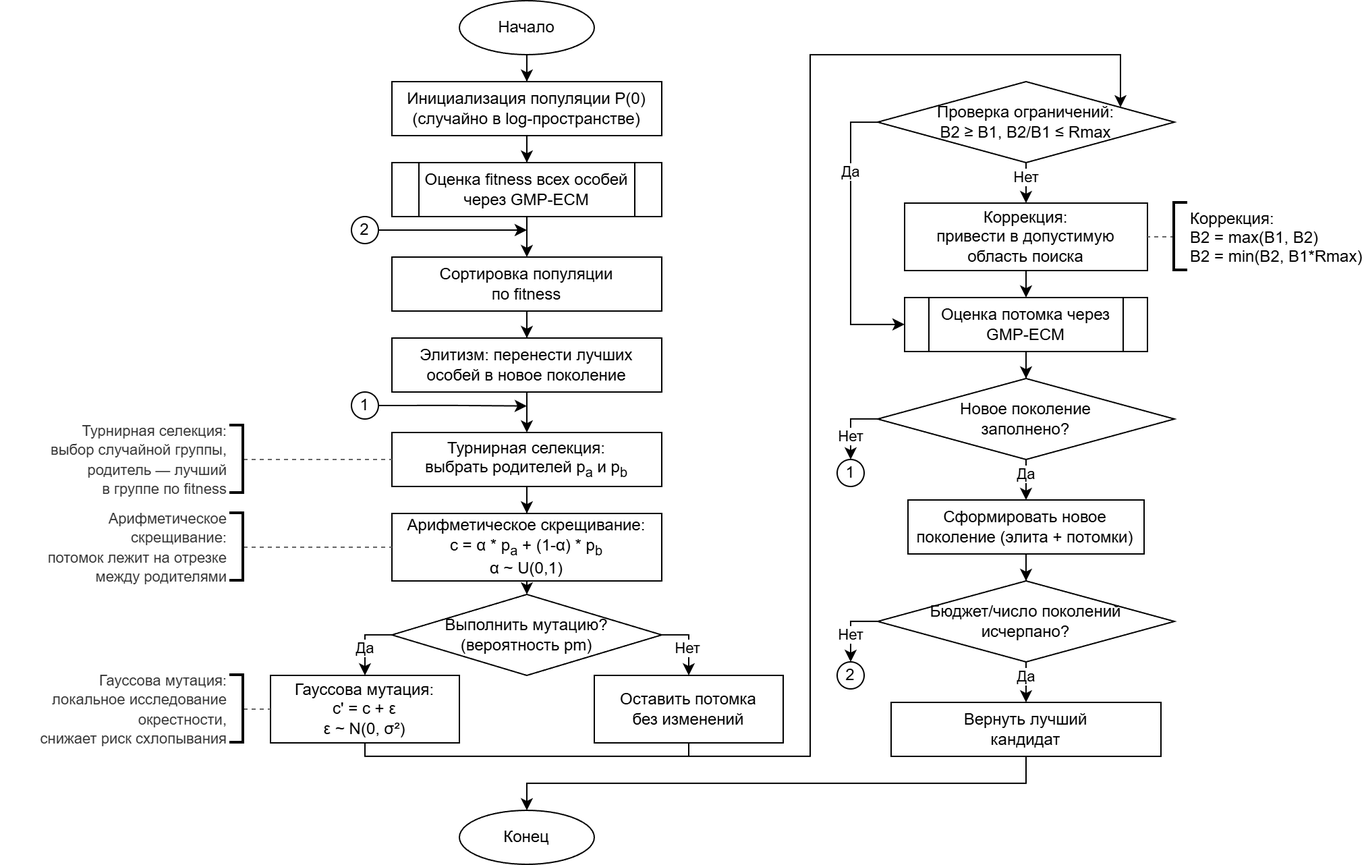
Before: REPORTS/05_thesis/pics/2_3_GA.png, a diagram exported from draw.io (EgorPlehanov/ecm-evolutionary-optimization). Source tidied: cells renumbered, new cells last; positions are measured from the earlier drawing's top-left corner, leaving out a move shared by most shapes.
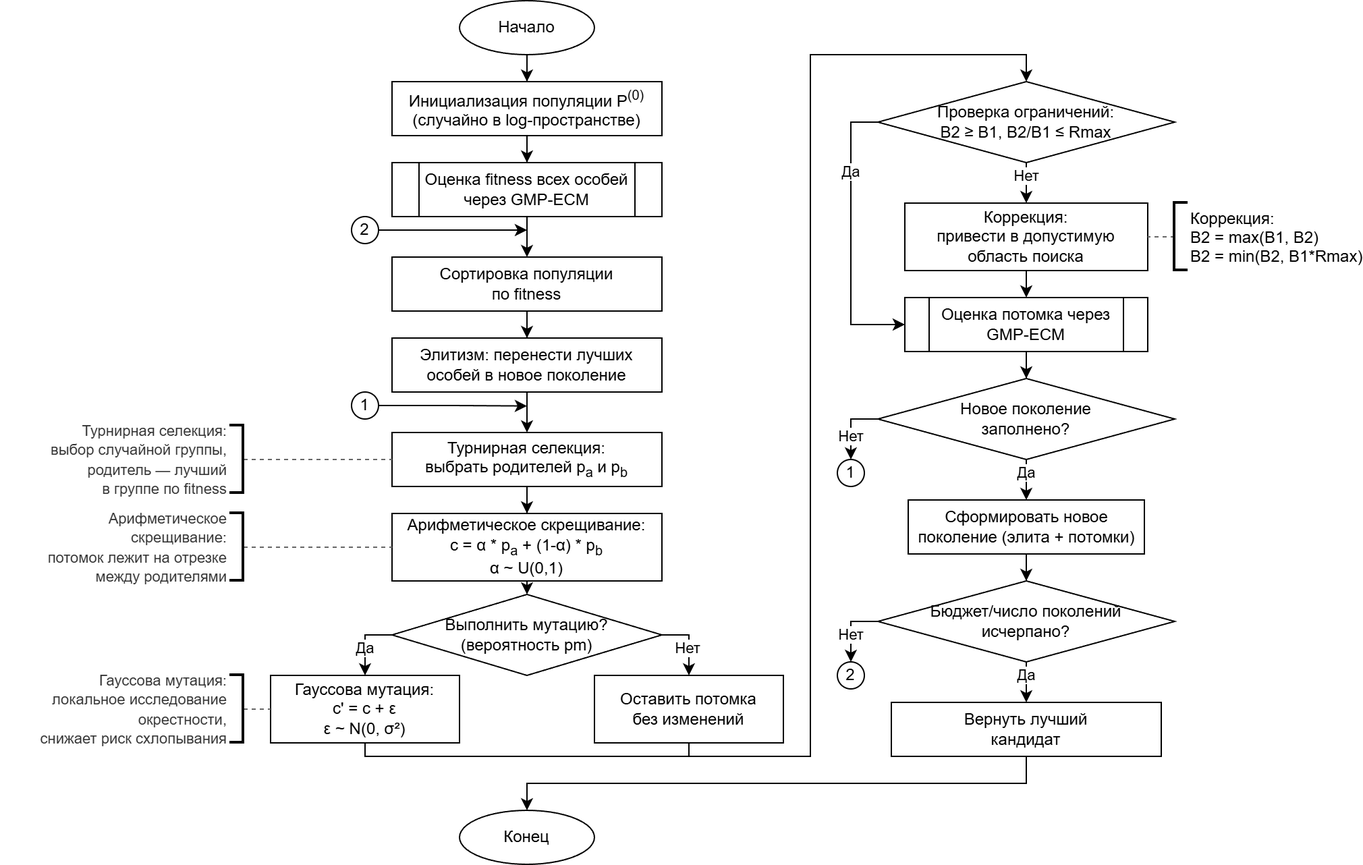
After the commit.

Diff of the diagram source:
```diff
@@ -5,7 +5,7 @@
     <mxCell id="2" value="Начало" style="ellipse;whiteSpace=wrap;html=1;fillColor=#ffffff;strokeColor=#000000;fontColor=#000000;fontSize=12;fontFamily=Arial;align=center;" parent="1" vertex="1">
       <mxGeometry x="340" width="100" height="40" as="geometry" />
     </mxCell>
-    <mxCell id="3" value="Инициализация популяции P(0)&#10;(случайно в log-пространстве)" style="rectangle;whiteSpace=wrap;html=1;fillColor=#ffffff;strokeColor=#000000;fontColor=#000000;fontSize=12;fontFamily=Arial;align=center;" parent="1" vertex="1">
+    <mxCell id="3" value="Инициализация популяции P&lt;sup&gt;(0)&lt;/sup&gt;&lt;br&gt;(случайно в log-пространстве)" style="rectangle;whiteSpace=wrap;html=1;fillColor=#ffffff;strokeColor=#000000;fontColor=#000000;fontSize=12;fontFamily=Arial;align=center;" parent="1" vertex="1">
       <mxGeometry x="290" y="60" width="200" height="40" as="geometry" />
     </mxCell>
     <mxCell id="4" value="Оценка fitness всех особей&#10;через GMP-ECM" style="shape=process;whiteSpace=wrap;html=1;fillColor=#ffffff;strokeColor=#000000;fontColor=#000000;fontSize=12;fontFamily=Arial;align=center;" parent="1" vertex="1">
@@ -102,7 +102,7 @@
           <mxPoint x="270" y="560" />
           <mxPoint x="600" y="560" />
           <mxPoint x="600" y="40" />
-          <mxPoint x="830" y="40" />
+          <mxPoint x="760" y="40" />
         </Array>
       </mxGeometry>
     </mxCell>
@@ -112,7 +112,7 @@
           <mxPoint x="510" y="560" />
           <mxPoint x="600" y="560" />
           <mxPoint x="600" y="40" />
-          <mxPoint x="830" y="40" />
+          <mxPoint x="760" y="40" />
         </Array>
       </mxGeometry>
     </mxCell>
```
